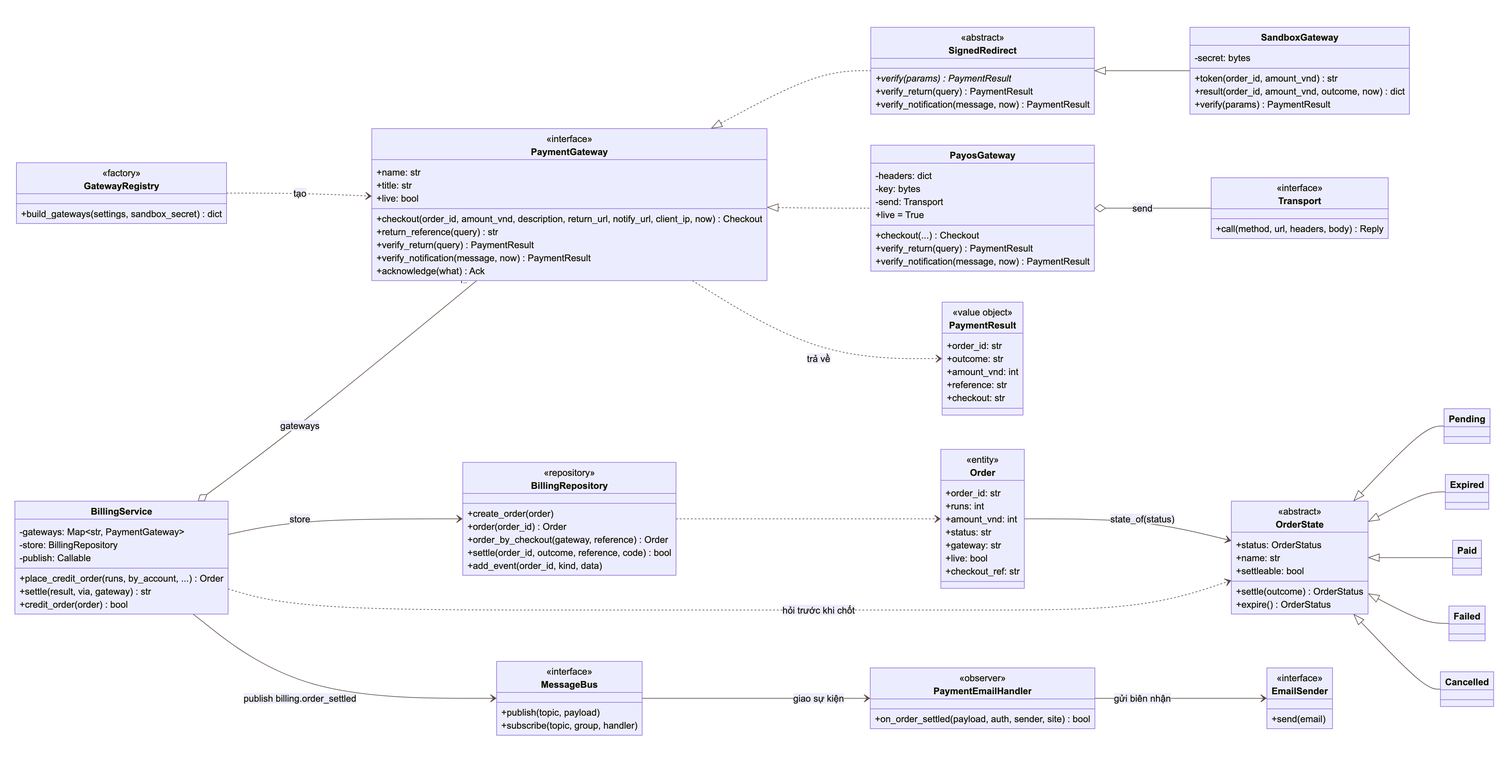
Before: docs/sdd/images/09_class_thanh_toan.png, a diagram exported from Mermaid (ThanhSangLouis/ai-assessor-cefr). Its source is kept beside it as docs/sdd/diagrams/09_class_thanh_toan.mmd.
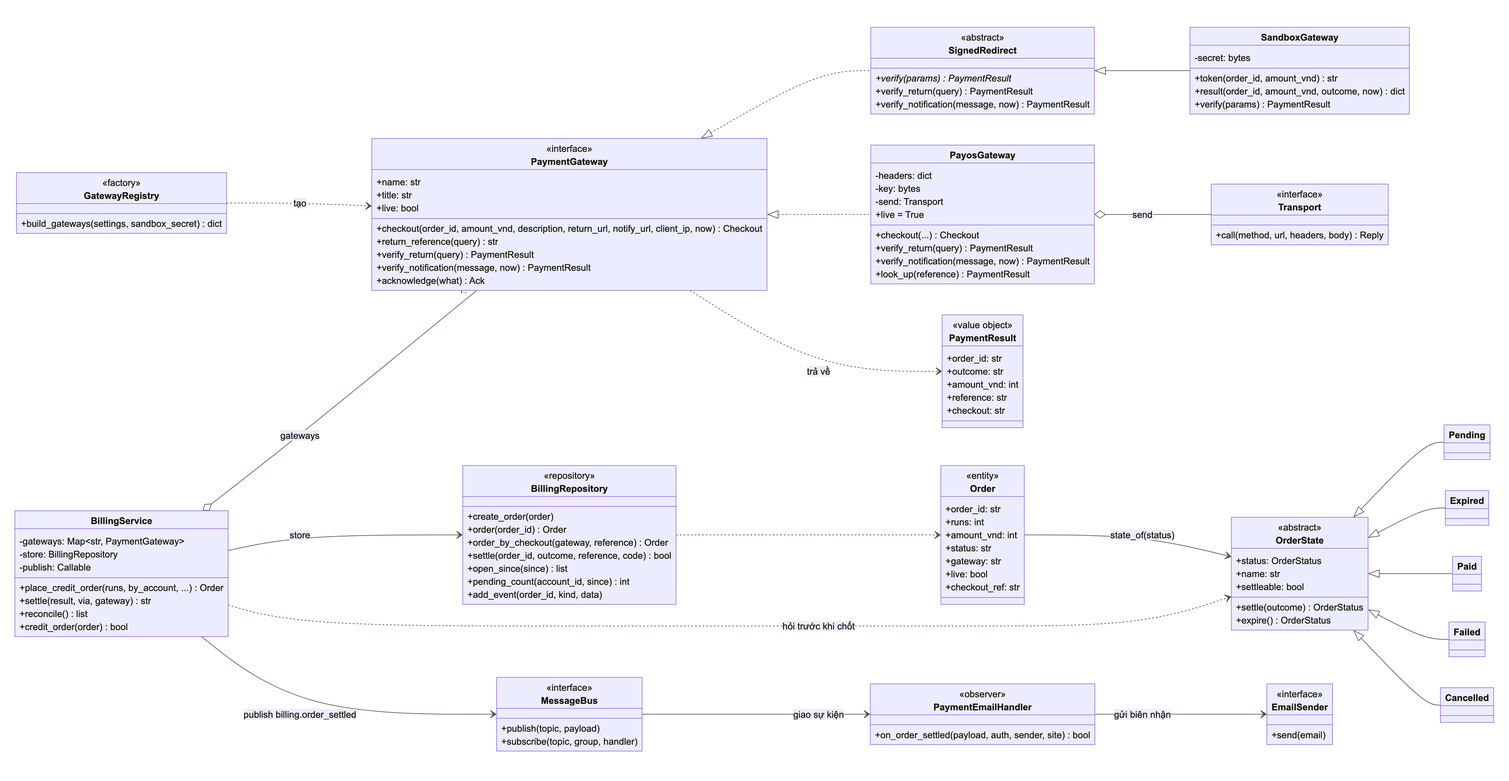
The same file after the commit.

Change to the diagram source:
```diff
@@ -31,6 +31,7 @@
         +checkout(...) Checkout
         +verify_return(query) PaymentResult
         +verify_notification(message, now) PaymentResult
+        +look_up(reference) PaymentResult
     }
     class Transport {
         <<interface>>
@@ -46,6 +47,7 @@
         -publish: Callable
         +place_credit_order(runs, by_account, ...) Order
         +settle(result, via, gateway) str
+        +reconcile() list
         +credit_order(order) bool
     }
     class BillingRepository {
@@ -54,6 +56,8 @@
         +order(order_id) Order
         +order_by_checkout(gateway, reference) Order
         +settle(order_id, outcome, reference, code) bool
+        +open_since(since) list
+        +pending_count(account_id, since) int
         +add_event(order_id, kind, data)
     }
     class Order {
```
